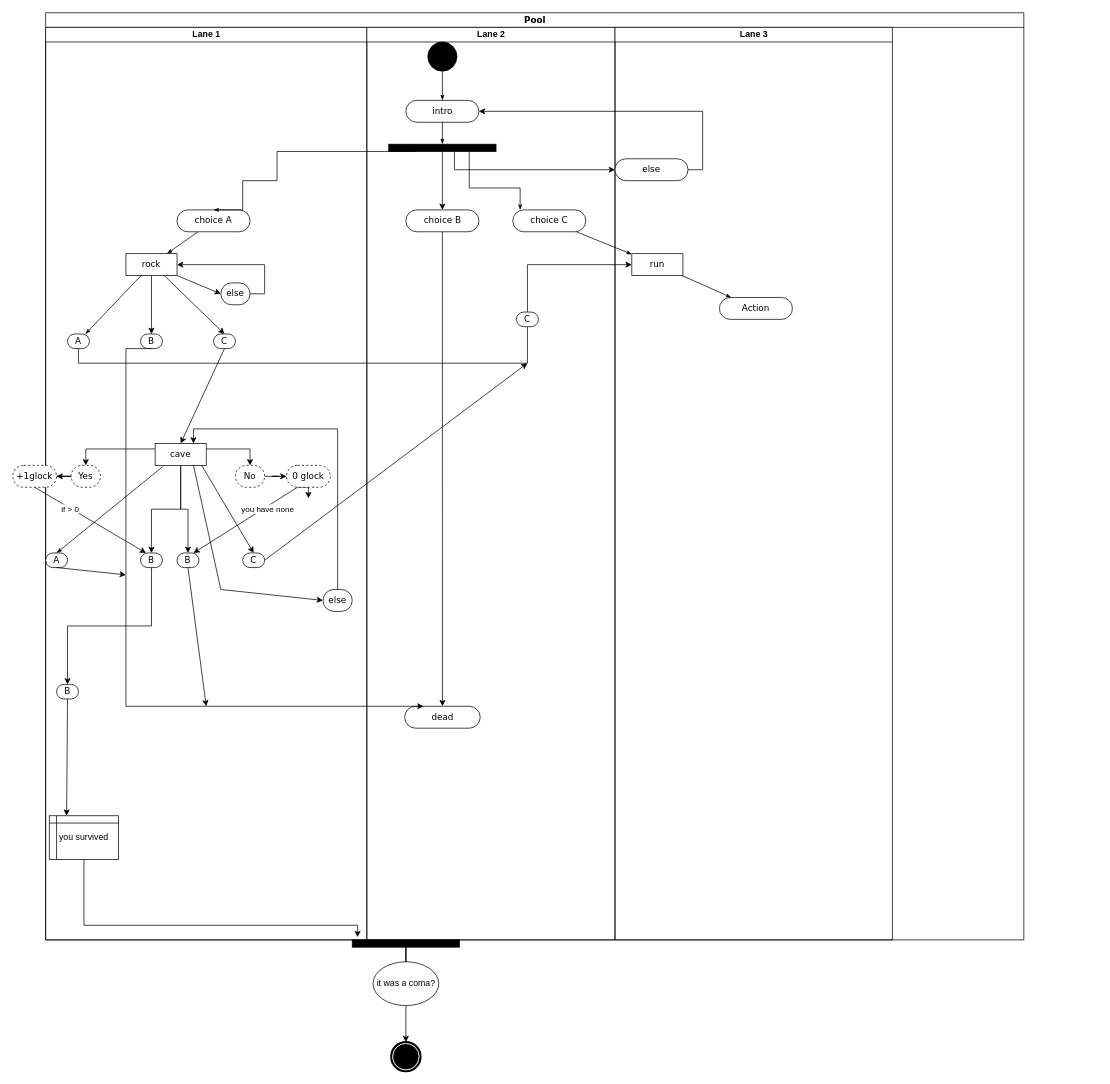
Earlier version of the draw.io diagram Untitled Diagram.drawio (joaquinAkAjuan/hello-you). Source tidied: cells renumbered, new cells numbered last; positions are measured from the earlier drawing's top-left corner, leaving out a move shared by most shapes. Both pictures are drawn from the tidied source at 73%, with x=0, y=0 at pixel (12, 12).
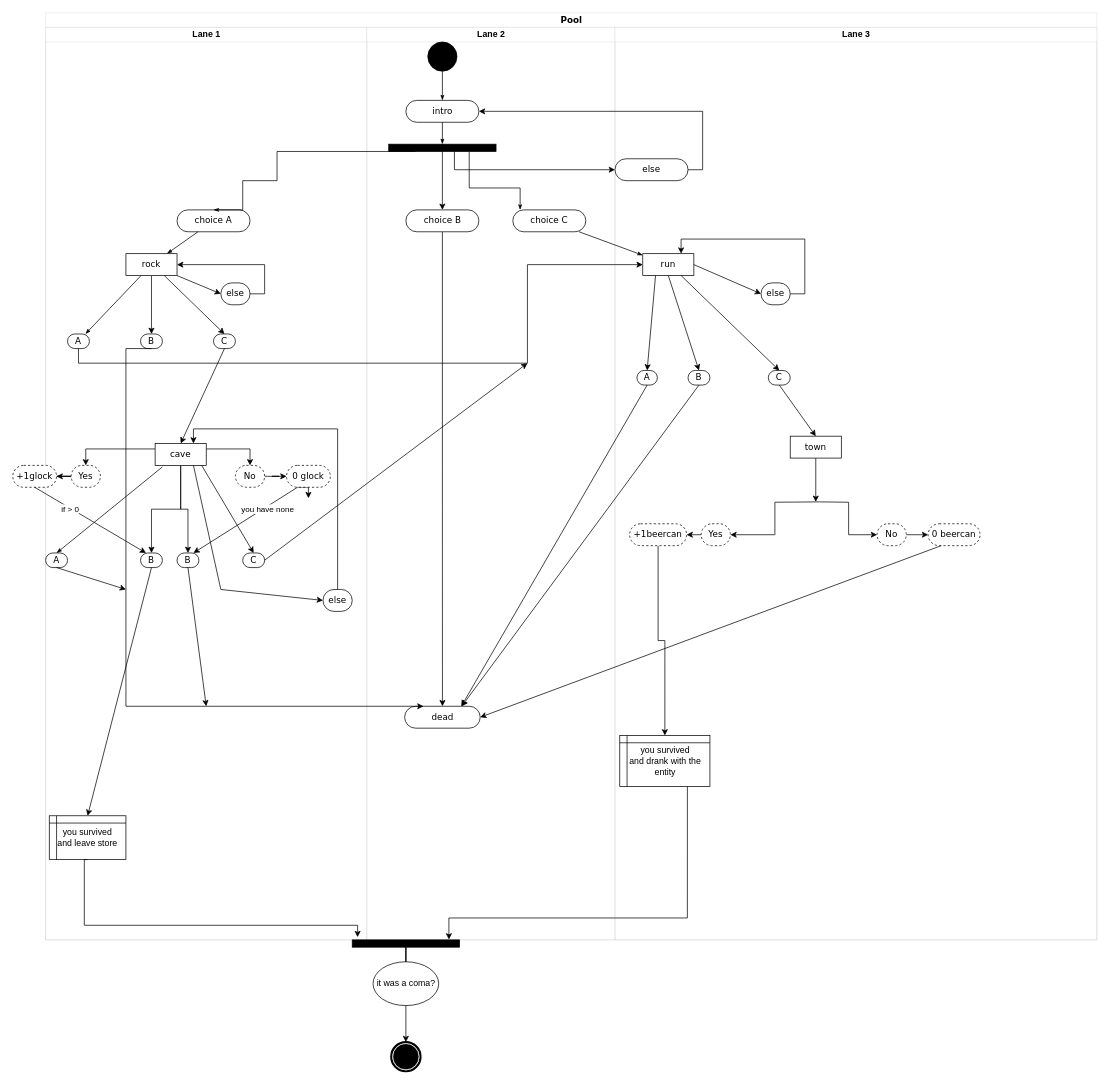
The same diagram, later.

The change refers to these unchanged cells:
```xml
<mxCell id="29" value="A" style="rounded=1;whiteSpace=wrap;html=1;shadow=0;comic=0;labelBackgroundColor=none;strokeWidth=1;fontFamily=Verdana;fontSize=12;align=center;arcSize=50;" parent="3" vertex="1">
  <mxGeometry y="720" width="30" height="20" as="geometry" />
</mxCell>
<mxCell id="31" value="B" style="rounded=1;whiteSpace=wrap;html=1;shadow=0;comic=0;labelBackgroundColor=none;strokeWidth=1;fontFamily=Verdana;fontSize=12;align=center;arcSize=50;" parent="3" vertex="1">
  <mxGeometry x="130" y="720" width="30" height="20" as="geometry" />
</mxCell>
<mxCell id="58" value="dead" style="whiteSpace=wrap;html=1;fontFamily=Verdana;rounded=1;shadow=0;comic=0;labelBackgroundColor=none;strokeWidth=1;arcSize=50;" parent="47" vertex="1">
  <mxGeometry x="51.8" y="930" width="103.5" height="30" as="geometry" />
</mxCell>
<mxCell id="72" style="whiteSpace=wrap;html=1;rounded=0;shadow=0;comic=0;labelBackgroundColor=none;strokeWidth=1;fillColor=#000000;fontFamily=Verdana;fontSize=12;align=center;rotation=0;" parent="1" vertex="1">
  <mxGeometry x="465" y="1270" width="147" height="10" as="geometry" />
</mxCell>
```

Change to the diagram source:
```diff
@@
-    <mxCell id="2" value="Pool" style="swimlane;html=1;startSize=20;rounded=0;shadow=0;comic=0;labelBackgroundColor=none;strokeWidth=1;fontFamily=Verdana;fontSize=12;align=center;" parent="1" vertex="1">
-      <mxGeometry x="45" width="1340" height="1270" as="geometry" />
+    <mxCell id="2" value="Pool" style="swimlane;html=1;startSize=20;rounded=0;shadow=0;comic=0;labelBackgroundColor=none;strokeWidth=0;fontFamily=Verdana;fontSize=12;align=center;" parent="1" vertex="1">
+      <mxGeometry x="45" width="1440" height="1270" as="geometry" />
     </mxCell>
-    <mxCell id="3" value="Lane 1" style="swimlane;html=1;startSize=20;" parent="2" vertex="1">
+    <mxCell id="3" value="Lane 1" style="swimlane;html=1;startSize=20;strokeWidth=0;" parent="2" vertex="1">
       <mxGeometry y="20" width="440" height="1250" as="geometry" />
     </mxCell>
@@
-    <mxCell id="30" style="edgeStyle=orthogonalEdgeStyle;rounded=0;jettySize=auto;html=1;exitX=0.5;exitY=1;exitDx=0;exitDy=0;" parent="3" edge="1" source="31" target="41">
-      <mxGeometry relative="1" as="geometry" />
-    </mxCell>
@@
     <mxCell id="35" style="endArrow=classic;html=1;rounded=0;exitX=0.5;exitY=1;exitDx=0;exitDy=0;" parent="3" edge="1" source="29">
       <mxGeometry relative="1" as="geometry">
-        <mxPoint x="110" y="750" as="targetPoint" />
+        <mxPoint x="110" y="770" as="targetPoint" />
       </mxGeometry>
     </mxCell>
@@
-    <mxCell id="41" value="B" style="rounded=1;whiteSpace=wrap;html=1;shadow=0;comic=0;labelBackgroundColor=none;strokeWidth=1;fontFamily=Verdana;fontSize=12;align=center;arcSize=50;fillStyle=auto;" parent="3" vertex="1">
-      <mxGeometry x="15" y="900" width="30" height="20" as="geometry" />
-    </mxCell>
-    <mxCell id="42" value="you survived" style="shape=internalStorage;whiteSpace=wrap;html=1;backgroundOutline=1;fillStyle=auto;dx=10;dy=10;" parent="3" vertex="1">
-      <mxGeometry x="5" y="1080" width="95" height="60" as="geometry" />
+    <mxCell id="42" value="you survived&lt;br&gt;and leave store" style="shape=internalStorage;whiteSpace=wrap;html=1;backgroundOutline=1;fillStyle=auto;dx=10;dy=10;" parent="3" vertex="1">
+      <mxGeometry x="5" y="1080" width="105" height="60" as="geometry" />
     </mxCell>
-    <mxCell id="43" style="endArrow=classic;html=1;rounded=0;entryX=0.25;entryY=0;entryDx=0;entryDy=0;exitX=0.5;exitY=1;exitDx=0;exitDy=0;" parent="3" edge="1" source="41" target="42">
-      <mxGeometry relative="1" as="geometry" />
-    </mxCell>
@@
+    <mxCell id="78" style="endArrow=classic;html=1;rounded=0;exitX=0.5;exitY=1;exitDx=0;exitDy=0;entryX=0.5;entryY=0;entryDx=0;entryDy=0;" parent="3" edge="1" source="31" target="42">
+      <mxGeometry relative="1" as="geometry" />
+    </mxCell>
-    <mxCell id="47" value="Lane 2" style="swimlane;html=1;startSize=20;" parent="2" vertex="1">
+    <mxCell id="47" value="Lane 2" style="swimlane;html=1;startSize=20;strokeWidth=0;" parent="2" vertex="1">
       <mxGeometry x="440" y="20" width="340" height="1250" as="geometry" />
     </mxCell>
@@
-    <mxCell id="60" value="Lane 3" style="swimlane;html=1;startSize=20;" parent="2" vertex="1">
-      <mxGeometry x="780" y="20" width="380" height="1250" as="geometry" />
+    <mxCell id="60" value="Lane 3" style="swimlane;html=1;startSize=20;strokeWidth=0;" parent="2" vertex="1">
+      <mxGeometry x="780" y="20" width="660" height="1250" as="geometry" />
     </mxCell>
-    <mxCell id="61" value="Action" style="rounded=1;whiteSpace=wrap;html=1;shadow=0;comic=0;labelBackgroundColor=none;strokeWidth=1;fontFamily=Verdana;fontSize=12;align=center;arcSize=50;" parent="60" vertex="1">
-      <mxGeometry x="143" y="370" width="100" height="30" as="geometry" />
-    </mxCell>
-    <mxCell id="62" style="edgeStyle=none;rounded=0;html=1;labelBackgroundColor=none;startArrow=none;startFill=0;startSize=5;endArrow=classicThin;endFill=1;endSize=5;jettySize=auto;strokeWidth=1;fontFamily=Verdana;fontSize=12;" parent="60" edge="1" source="63" target="61">
-      <mxGeometry relative="1" as="geometry" />
-    </mxCell>
     <mxCell id="63" value="run" style="rounded=0;whiteSpace=wrap;html=1;shadow=0;comic=0;labelBackgroundColor=none;strokeWidth=1;fontFamily=Verdana;fontSize=12;align=center;arcSize=50;" parent="60" vertex="1">
-      <mxGeometry x="23" y="310" width="70" height="30" as="geometry" />
+      <mxGeometry x="38" y="310" width="70" height="30" as="geometry" />
     </mxCell>
@@
+    <mxCell id="79" value="A" style="rounded=1;whiteSpace=wrap;html=1;shadow=0;comic=0;labelBackgroundColor=none;strokeWidth=1;fontFamily=Verdana;fontSize=12;align=center;arcSize=50;" parent="60" vertex="1">
+      <mxGeometry x="30" y="470" width="28" height="20" as="geometry" />
+    </mxCell>
+    <mxCell id="41" value="B" style="rounded=1;whiteSpace=wrap;html=1;shadow=0;comic=0;labelBackgroundColor=none;strokeWidth=1;fontFamily=Verdana;fontSize=12;align=center;arcSize=50;" parent="60" vertex="1">
+      <mxGeometry x="100" y="470" width="30" height="20" as="geometry" />
+    </mxCell>
+    <mxCell id="77" value="C" style="rounded=1;whiteSpace=wrap;html=1;shadow=0;comic=0;labelBackgroundColor=none;strokeWidth=1;fontFamily=Verdana;fontSize=12;align=center;arcSize=50;" parent="60" vertex="1">
+      <mxGeometry x="210" y="470" width="30" height="20" as="geometry" />
+    </mxCell>
+    <mxCell id="80" style="endArrow=classic;html=1;rounded=0;exitX=0.25;exitY=1;exitDx=0;exitDy=0;entryX=0.5;entryY=0;entryDx=0;entryDy=0;" parent="60" edge="1" source="63" target="79">
+      <mxGeometry relative="1" as="geometry" />
+    </mxCell>
+    <mxCell id="81" style="endArrow=classic;html=1;rounded=0;entryX=0.5;entryY=0;entryDx=0;entryDy=0;exitX=0.5;exitY=1;exitDx=0;exitDy=0;" parent="60" edge="1" source="63" target="41">
+      <mxGeometry relative="1" as="geometry" />
+    </mxCell>
+    <mxCell id="82" style="endArrow=classic;html=1;rounded=0;entryX=0.5;entryY=0;entryDx=0;entryDy=0;exitX=0.75;exitY=1;exitDx=0;exitDy=0;" parent="60" edge="1" source="63" target="77">
+      <mxGeometry relative="1" as="geometry" />
+    </mxCell>
+    <mxCell id="83" style="edgeStyle=orthogonalEdgeStyle;rounded=0;jettySize=auto;html=1;exitX=0.5;exitY=1;exitDx=0;exitDy=0;entryX=0.5;entryY=0;entryDx=0;entryDy=0;" parent="60" edge="1" source="84">
+      <mxGeometry relative="1" as="geometry">
+        <mxPoint x="275" y="650" as="targetPoint" />
+      </mxGeometry>
+    </mxCell>
+    <mxCell id="84" value="town" style="rounded=0;whiteSpace=wrap;html=1;shadow=0;comic=0;labelBackgroundColor=none;strokeWidth=1;fontFamily=Verdana;fontSize=12;align=center;arcSize=50;" parent="60" vertex="1">
+      <mxGeometry x="240" y="560" width="70" height="30" as="geometry" />
+    </mxCell>
+    <mxCell id="85" style="edgeStyle=orthogonalEdgeStyle;rounded=0;jettySize=auto;html=1;entryX=1;entryY=0.5;entryDx=0;entryDy=0;" parent="60" edge="1" target="88">
+      <mxGeometry relative="1" as="geometry">
+        <mxPoint x="280" y="650" as="sourcePoint" />
+      </mxGeometry>
+    </mxCell>
+    <mxCell id="86" style="edgeStyle=orthogonalEdgeStyle;rounded=0;jettySize=auto;html=1;entryX=0;entryY=0.5;entryDx=0;entryDy=0;" parent="60" edge="1" target="90">
+      <mxGeometry relative="1" as="geometry">
+        <mxPoint x="280" y="650" as="sourcePoint" />
+      </mxGeometry>
+    </mxCell>
+    <mxCell id="87" style="edgeStyle=orthogonalEdgeStyle;rounded=0;jettySize=auto;html=1;exitX=0;exitY=0.5;exitDx=0;exitDy=0;entryX=1;entryY=0.5;entryDx=0;entryDy=0;" parent="60" edge="1" source="88" target="92">
+      <mxGeometry relative="1" as="geometry" />
+    </mxCell>
+    <mxCell id="88" value="Yes" style="rounded=1;whiteSpace=wrap;html=1;shadow=0;comic=0;labelBackgroundColor=none;strokeWidth=1;fontFamily=Verdana;fontSize=12;align=center;arcSize=50;fillStyle=auto;dashed=1;" parent="60" vertex="1">
+      <mxGeometry x="118" y="680" width="40" height="30" as="geometry" />
+    </mxCell>
+    <mxCell id="89" style="edgeStyle=orthogonalEdgeStyle;rounded=0;jettySize=auto;html=1;exitX=1;exitY=0.5;exitDx=0;exitDy=0;entryX=0;entryY=0.5;entryDx=0;entryDy=0;" parent="60" edge="1" source="90" target="93">
+      <mxGeometry relative="1" as="geometry" />
+    </mxCell>
+    <mxCell id="90" value="No" style="rounded=1;whiteSpace=wrap;html=1;shadow=0;comic=0;labelBackgroundColor=none;strokeWidth=1;fontFamily=Verdana;fontSize=12;align=center;arcSize=50;dashed=1;" parent="60" vertex="1">
+      <mxGeometry x="359" y="680" width="40" height="30" as="geometry" />
+    </mxCell>
+    <mxCell id="91" style="edgeStyle=orthogonalEdgeStyle;rounded=0;jettySize=auto;html=1;exitX=0.5;exitY=1;exitDx=0;exitDy=0;entryX=0.5;entryY=0;entryDx=0;entryDy=0;" parent="60" edge="1" source="92" target="94">
+      <mxGeometry relative="1" as="geometry" />
+    </mxCell>
+    <mxCell id="92" value="+1beercan" style="rounded=1;whiteSpace=wrap;html=1;shadow=0;comic=0;labelBackgroundColor=none;strokeWidth=1;fontFamily=Verdana;fontSize=12;align=center;arcSize=50;fillStyle=auto;dashed=1;" parent="60" vertex="1">
+      <mxGeometry x="20" y="680" width="78" height="30" as="geometry" />
+    </mxCell>
+    <mxCell id="93" value="0 beercan" style="rounded=1;whiteSpace=wrap;html=1;shadow=0;comic=0;labelBackgroundColor=none;strokeWidth=1;fontFamily=Verdana;fontSize=12;align=center;arcSize=50;dashed=1;" parent="60" vertex="1">
+      <mxGeometry x="429" y="680" width="71" height="30" as="geometry" />
+    </mxCell>
+    <mxCell id="94" value="you survived&lt;br&gt;and drank with the entity" style="shape=internalStorage;whiteSpace=wrap;html=1;backgroundOutline=1;fillStyle=auto;dx=10;dy=10;" parent="60" vertex="1">
+      <mxGeometry x="6.5" y="970" width="123.5" height="70" as="geometry" />
+    </mxCell>
+    <mxCell id="95" style="endArrow=classic;html=1;rounded=0;entryX=0.5;entryY=0;entryDx=0;entryDy=0;exitX=0.5;exitY=1;exitDx=0;exitDy=0;" parent="60" edge="1" source="77" target="84">
+      <mxGeometry relative="1" as="geometry" />
+    </mxCell>
+    <mxCell id="96" style="edgeStyle=orthogonalEdgeStyle;rounded=0;jettySize=auto;html=1;exitX=1;exitY=0.5;exitDx=0;exitDy=0;entryX=0.75;entryY=0;entryDx=0;entryDy=0;" parent="60" edge="1" source="97" target="63">
+      <mxGeometry relative="1" as="geometry" />
+    </mxCell>
+    <mxCell id="97" value="else" style="rounded=1;whiteSpace=wrap;html=1;shadow=0;comic=0;labelBackgroundColor=none;strokeWidth=1;fontFamily=Verdana;fontSize=12;align=center;arcSize=50;" parent="60" vertex="1">
+      <mxGeometry x="200" y="350" width="40" height="30" as="geometry" />
+    </mxCell>
+    <mxCell id="98" style="endArrow=classic;html=1;rounded=0;entryX=0;entryY=0.5;entryDx=0;entryDy=0;exitX=1;exitY=0.5;exitDx=0;exitDy=0;" parent="60" edge="1" source="63" target="97">
+      <mxGeometry relative="1" as="geometry" />
+    </mxCell>
@@
+    <mxCell id="99" style="endArrow=classic;html=1;rounded=0;entryX=0.75;entryY=0;entryDx=0;entryDy=0;exitX=0.5;exitY=1;exitDx=0;exitDy=0;" parent="2" edge="1" source="79" target="58">
+      <mxGeometry relative="1" as="geometry" />
+    </mxCell>
+    <mxCell id="100" style="endArrow=classic;html=1;rounded=0;exitX=0.25;exitY=1;exitDx=0;exitDy=0;entryX=1;entryY=0.5;entryDx=0;entryDy=0;" parent="2" edge="1" source="93" target="58">
+      <mxGeometry relative="1" as="geometry" />
+    </mxCell>
@@
-    <mxCell id="77" value="C" style="rounded=1;whiteSpace=wrap;html=1;shadow=0;comic=0;labelBackgroundColor=none;strokeWidth=1;fontFamily=Verdana;fontSize=12;align=center;arcSize=50;fillStyle=auto;" parent="1" vertex="1">
-      <mxGeometry x="690" y="410" width="30" height="20" as="geometry" />
-    </mxCell>
+    <mxCell id="101" style="endArrow=classic;html=1;rounded=0;exitX=0.5;exitY=1;exitDx=0;exitDy=0;" parent="1" edge="1" source="41">
+      <mxGeometry relative="1" as="geometry">
+        <mxPoint x="615" y="950" as="targetPoint" />
+      </mxGeometry>
+    </mxCell>
+    <mxCell id="102" style="edgeStyle=orthogonalEdgeStyle;rounded=0;jettySize=auto;html=1;exitX=0.75;exitY=1;exitDx=0;exitDy=0;entryX=0.901;entryY=-0.05;entryDx=0;entryDy=0;entryPerimeter=0;" parent="1" edge="1" source="94" target="72">
+      <mxGeometry relative="1" as="geometry">
+        <Array as="points">
+          <mxPoint x="924" y="1240" />
+          <mxPoint x="597" y="1240" />
+        </Array>
+      </mxGeometry>
+    </mxCell>
```
